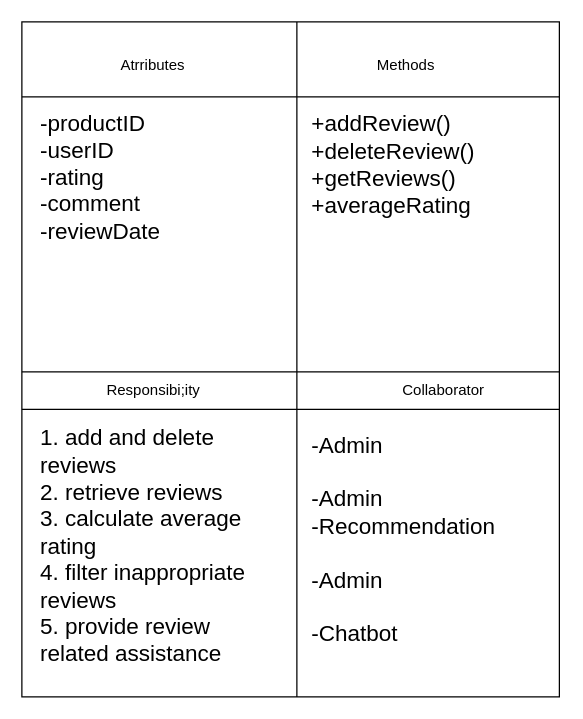
Above: Software-Requirement-Specification/Class-Based-Modeling/CRC/Class-Cards/Class Diagram/review.drawio in fiercePanda007/SPL2-EcommerceWebApp (draw.io), before the change. Source tidied: cells renumbered, new cells numbered last; positions are measured from the earlier drawing's top-left corner, leaving out a move shared by most shapes. Both pictures are drawn from the tidied source at 125%, with x=0, y=0 at pixel (21, 21).
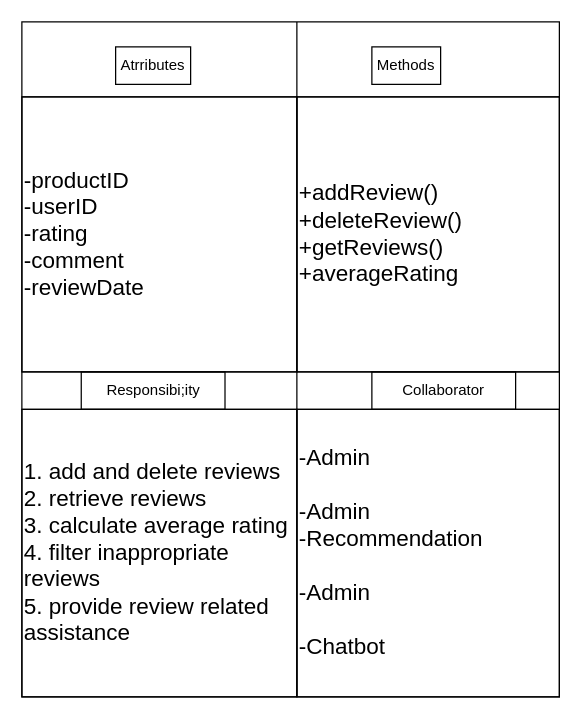
The same page after the edit.

Change to the diagram source:
```diff
@@
-<mxGraphModel>
+<mxGraphModel background="#ffffff">
   <root>
     <mxCell id="0" />
     <mxCell id="1" parent="0" />
-    <mxCell id="2" style="shape=internalStorage;whiteSpace=wrap;html=1;backgroundOutline=1;dx=220;dy=60;" parent="1" vertex="1">
+    <mxCell id="2" style="shape=internalStorage;whiteSpace=wrap;html=1;backgroundOutline=1;dx=220;dy=60;fillColor=none;strokeColor=#000000;fontColor=#000000;" parent="1" vertex="1">
       <mxGeometry width="430" height="540" as="geometry" />
     </mxCell>
-    <mxCell id="3" value="Atrributes" style="text;html=1;strokeColor=none;fillColor=none;align=center;verticalAlign=middle;whiteSpace=wrap;rounded=0;" parent="1" vertex="1">
+    <mxCell id="3" value="Atrributes" style="text;html=1;strokeColor=#000000;fillColor=none;align=center;verticalAlign=middle;whiteSpace=wrap;rounded=0;fontColor=#000000;" parent="1" vertex="1">
       <mxGeometry x="75" y="20" width="60" height="30" as="geometry" />
     </mxCell>
-    <mxCell id="4" value="Methods" style="text;html=1;strokeColor=none;fillColor=none;align=center;verticalAlign=middle;whiteSpace=wrap;rounded=0;" parent="1" vertex="1">
+    <mxCell id="4" value="Methods" style="text;html=1;strokeColor=#000000;fillColor=none;align=center;verticalAlign=middle;whiteSpace=wrap;rounded=0;fontColor=#000000;" parent="1" vertex="1">
       <mxGeometry x="280" y="20" width="55" height="30" as="geometry" />
     </mxCell>
-    <mxCell id="5" style="endArrow=none;html=1;" parent="1" edge="1" target="2">
+    <mxCell id="5" style="endArrow=none;html=1;fillColor=none;strokeColor=#000000;fontColor=#000000;" parent="1" edge="1" target="2">
       <mxGeometry relative="1" as="geometry">
         <mxPoint y="280" as="sourcePoint" />
         <Array as="points">
           <mxPoint x="430" y="280" />
         </Array>
       </mxGeometry>
     </mxCell>
-    <mxCell id="6" style="endArrow=none;html=1;" parent="1" edge="1">
+    <mxCell id="6" style="endArrow=none;html=1;fillColor=none;strokeColor=#000000;fontColor=#000000;" parent="1" edge="1">
       <mxGeometry relative="1" as="geometry">
         <mxPoint y="310" as="sourcePoint" />
         <mxPoint x="430" y="310" as="targetPoint" />
         <Array as="points">
           <mxPoint x="430" y="310" />
         </Array>
       </mxGeometry>
     </mxCell>
-    <mxCell id="7" value="Responsibi;ity" style="text;html=1;strokeColor=none;fillColor=none;align=center;verticalAlign=middle;whiteSpace=wrap;rounded=0;" parent="1" vertex="1">
+    <mxCell id="7" value="Responsibi;ity" style="text;html=1;strokeColor=#000000;fillColor=none;align=center;verticalAlign=middle;whiteSpace=wrap;rounded=0;fontColor=#000000;" parent="1" vertex="1">
       <mxGeometry x="47.5" y="280" width="115" height="30" as="geometry" />
     </mxCell>
-    <mxCell id="8" value="Collaborator" style="text;html=1;strokeColor=none;fillColor=none;align=center;verticalAlign=middle;whiteSpace=wrap;rounded=0;" parent="1" vertex="1">
+    <mxCell id="8" value="Collaborator" style="text;html=1;strokeColor=#000000;fillColor=none;align=center;verticalAlign=middle;whiteSpace=wrap;rounded=0;fontColor=#000000;" parent="1" vertex="1">
       <mxGeometry x="280" y="280" width="115" height="30" as="geometry" />
     </mxCell>
-    <mxCell id="9" value="&lt;font style=&quot;font-size: 18px;&quot;&gt;-productID&lt;br&gt;-userID&lt;br&gt;-rating&lt;br&gt;-comment&lt;br&gt;-reviewDate&lt;br&gt;&lt;/font&gt;" style="text;html=1;strokeColor=none;fillColor=none;align=left;verticalAlign=middle;whiteSpace=wrap;rounded=0;" parent="1" vertex="1">
-      <mxGeometry x="12.5" y="30" width="200" height="190" as="geometry" />
+    <mxCell id="9" value="&lt;font style=&quot;font-size: 18px;&quot;&gt;-productID&lt;br&gt;-userID&lt;br&gt;-rating&lt;br&gt;-comment&lt;br&gt;-reviewDate&lt;br&gt;&lt;/font&gt;" style="text;html=1;strokeColor=#000000;fillColor=none;align=left;verticalAlign=middle;whiteSpace=wrap;rounded=0;fontColor=#000000;" parent="1" vertex="1">
+      <mxGeometry y="60" width="220" height="220" as="geometry" />
     </mxCell>
-    <mxCell id="10" value="&lt;span style=&quot;font-size: 18px;&quot;&gt;+addReview()&lt;br&gt;+deleteReview()&lt;br&gt;+getReviews()&lt;br&gt;+averageRating&lt;br&gt;&lt;/span&gt;" style="text;html=1;strokeColor=none;fillColor=none;align=left;verticalAlign=middle;whiteSpace=wrap;rounded=0;" parent="1" vertex="1">
-      <mxGeometry x="230" y="20" width="190" height="190" as="geometry" />
+    <mxCell id="10" value="&lt;span style=&quot;font-size: 18px;&quot;&gt;+addReview()&lt;br&gt;+deleteReview()&lt;br&gt;+getReviews()&lt;br&gt;+averageRating&lt;br&gt;&lt;/span&gt;" style="text;html=1;strokeColor=#000000;fillColor=none;align=left;verticalAlign=middle;whiteSpace=wrap;rounded=0;fontColor=#000000;" parent="1" vertex="1">
+      <mxGeometry x="220" y="60" width="210" height="220" as="geometry" />
     </mxCell>
-    <mxCell id="11" value="&lt;span style=&quot;font-size: 18px;&quot;&gt;1. add and delete reviews&lt;br&gt;2. retrieve reviews&lt;br&gt;3. calculate average rating&lt;br&gt;4. filter inappropriate reviews&lt;br&gt;5. provide review related assistance&lt;br&gt;&lt;/span&gt;" style="text;html=1;strokeColor=none;fillColor=none;align=left;verticalAlign=middle;whiteSpace=wrap;rounded=0;" parent="1" vertex="1">
-      <mxGeometry x="12.5" y="360" width="195" height="120" as="geometry" />
+    <mxCell id="11" value="&lt;span style=&quot;font-size: 18px;&quot;&gt;1. add and delete reviews&lt;/span&gt;&lt;br style=&quot;font-size: 18px;&quot;&gt;&lt;span style=&quot;font-size: 18px;&quot;&gt;2. retrieve reviews&lt;/span&gt;&lt;br style=&quot;font-size: 18px;&quot;&gt;&lt;span style=&quot;font-size: 18px;&quot;&gt;3. calculate average rating&lt;/span&gt;&lt;br style=&quot;font-size: 18px;&quot;&gt;&lt;span style=&quot;font-size: 18px;&quot;&gt;4. filter inappropriate reviews&lt;/span&gt;&lt;br style=&quot;font-size: 18px;&quot;&gt;&lt;span style=&quot;font-size: 18px;&quot;&gt;5. provide review related assistance&lt;/span&gt;&lt;span style=&quot;font-size: 18px;&quot;&gt;&lt;br&gt;&lt;/span&gt;" style="text;html=1;strokeColor=#000000;fillColor=none;align=left;verticalAlign=middle;whiteSpace=wrap;rounded=0;fontColor=#000000;" parent="1" vertex="1">
+      <mxGeometry y="310" width="220" height="230" as="geometry" />
     </mxCell>
-    <mxCell id="12" value="&lt;font style=&quot;font-size: 18px;&quot;&gt;-Admin&lt;br&gt;&lt;br&gt;-Admin&lt;br&gt;-Recommendation&lt;br&gt;&lt;br&gt;-Admin&lt;br&gt;&lt;br&gt;-Chatbot&lt;br&gt;&lt;/font&gt;" style="text;html=1;strokeColor=none;fillColor=none;align=left;verticalAlign=middle;whiteSpace=wrap;rounded=0;" parent="1" vertex="1">
-      <mxGeometry x="230" y="320" width="190" height="190" as="geometry" />
+    <mxCell id="12" value="&lt;font style=&quot;font-size: 18px;&quot;&gt;-Admin&lt;br&gt;&lt;br&gt;-Admin&lt;br&gt;-Recommendation&lt;br&gt;&lt;br&gt;-Admin&lt;br&gt;&lt;br&gt;-Chatbot&lt;br&gt;&lt;/font&gt;" style="text;html=1;strokeColor=#000000;fillColor=none;align=left;verticalAlign=middle;whiteSpace=wrap;rounded=0;fontColor=#000000;" parent="1" vertex="1">
+      <mxGeometry x="220" y="310" width="210" height="230" as="geometry" />
     </mxCell>
   </root>
 </mxGraphModel>
```
